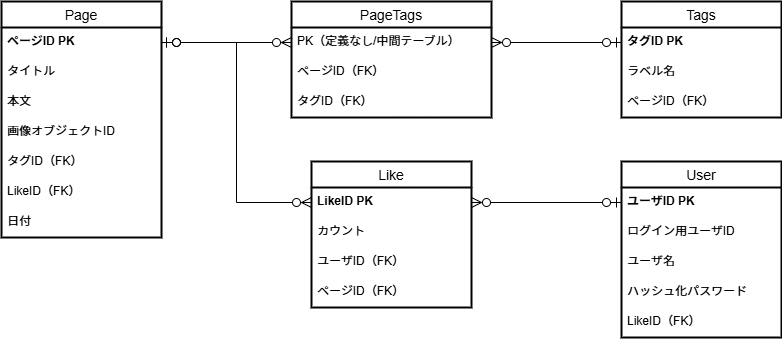
nekono-dev/cfblog-practice keeps this draw.io diagram as .github/images/dbdetail.drawio.png. Above is the earlier version. Source tidied: cells renumbered, new cells last; positions are measured from the earlier drawing's top-left corner, leaving out a move shared by most shapes.
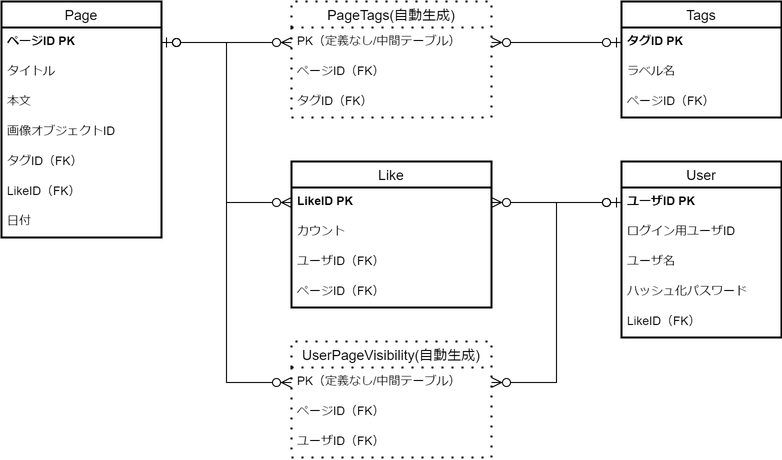
Later version of the same file.

Diff of the diagram source:
```diff
@@ -39,19 +39,19 @@
       <mxGeometry y="86" width="160" height="30" as="geometry" />
     </mxCell>
     <mxCell id="14" value="Like" style="swimlane;fontStyle=0;horizontal=1;startSize=26;align=center;fontSize=14;rounded=0;strokeWidth=2;" parent="1" vertex="1">
-      <mxGeometry x="310" y="160" width="160" height="146" as="geometry" />
+      <mxGeometry x="290" y="160" width="200" height="146" as="geometry" />
     </mxCell>
     <mxCell id="15" value="LikeID PK" style="text;strokeColor=none;fillColor=none;spacingLeft=4;spacingRight=4;overflow=hidden;points=[[0,0.5],[1,0.5]];portConstraint=eastwest;fontSize=12;rounded=0;strokeWidth=2;fontStyle=1;" parent="14" vertex="1">
-      <mxGeometry y="26" width="160" height="30" as="geometry" />
+      <mxGeometry y="26" width="200" height="30" as="geometry" />
     </mxCell>
     <mxCell id="16" value="カウント" style="text;strokeColor=none;fillColor=none;spacingLeft=4;spacingRight=4;overflow=hidden;fontSize=12;rounded=0;strokeWidth=2;" parent="14" vertex="1">
-      <mxGeometry y="56" width="160" height="30" as="geometry" />
+      <mxGeometry y="56" width="200" height="30" as="geometry" />
     </mxCell>
     <mxCell id="17" value="ユーザID（FK）" style="text;strokeColor=none;fillColor=none;spacingLeft=4;spacingRight=4;overflow=hidden;fontSize=12;rounded=0;strokeWidth=2;" parent="14" vertex="1">
-      <mxGeometry y="86" width="160" height="30" as="geometry" />
+      <mxGeometry y="86" width="200" height="30" as="geometry" />
     </mxCell>
     <mxCell id="18" value="ページID（FK）" style="text;strokeColor=none;fillColor=none;spacingLeft=4;spacingRight=4;overflow=hidden;fontSize=12;rounded=0;strokeWidth=2;" parent="14" vertex="1">
-      <mxGeometry y="116" width="160" height="30" as="geometry" />
+      <mxGeometry y="116" width="200" height="30" as="geometry" />
     </mxCell>
     <mxCell id="19" value="User" style="swimlane;fontStyle=0;horizontal=1;startSize=26;align=center;fontSize=14;rounded=0;strokeWidth=2;" parent="1" vertex="1">
       <mxGeometry x="620" y="160" width="160" height="176" as="geometry" />
@@ -71,7 +71,7 @@
     <mxCell id="24" value="LikeID（FK）" style="text;strokeColor=none;fillColor=none;spacingLeft=4;spacingRight=4;overflow=hidden;fontSize=12;rounded=0;strokeWidth=2;" parent="19" vertex="1">
       <mxGeometry y="146" width="160" height="30" as="geometry" />
     </mxCell>
-    <mxCell id="25" value="PageTags" style="swimlane;fontStyle=0;horizontal=1;startSize=26;align=center;fontSize=14;rounded=0;strokeWidth=2;" parent="1" vertex="1">
+    <mxCell id="25" value="PageTags(自動生成)" style="swimlane;fontStyle=0;horizontal=1;startSize=26;align=center;fontSize=14;rounded=0;strokeWidth=2;dashed=1;dashPattern=1 4;" parent="1" vertex="1">
       <mxGeometry x="290" width="200" height="116" as="geometry" />
     </mxCell>
     <mxCell id="26" value="PK（定義なし/中間テーブル）" style="text;strokeColor=none;fillColor=none;spacingLeft=4;spacingRight=4;overflow=hidden;points=[[0,0.5],[1,0.5]];portConstraint=eastwest;fontSize=12;rounded=0;strokeWidth=2;" parent="25" vertex="1">
@@ -95,5 +95,23 @@
     <mxCell id="32" style="edgeStyle=orthogonalEdgeStyle;rounded=0;jettySize=auto;html=1;fontFamily=Helvetica;fontSize=14;fontColor=default;endArrow=ERzeroToMany;endFill=0;endSize=8;startArrow=ERzeroToOne;startFill=0;startSize=8;exitX=1;exitY=0.5;exitDx=0;exitDy=0;" parent="1" edge="1" source="3" target="15">
       <mxGeometry relative="1" as="geometry" />
     </mxCell>
+    <mxCell id="33" style="edgeStyle=orthogonalEdgeStyle;rounded=0;jettySize=auto;html=1;fontFamily=Helvetica;fontSize=14;fontColor=default;endArrow=ERzeroToMany;endFill=0;endSize=8;startArrow=ERzeroToOne;startFill=0;startSize=8;exitX=1;exitY=0.5;exitDx=0;exitDy=0;" parent="1" edge="1" source="3" target="36">
+      <mxGeometry relative="1" as="geometry" />
+    </mxCell>
+    <mxCell id="34" style="edgeStyle=orthogonalEdgeStyle;rounded=0;jettySize=auto;html=1;fontFamily=Helvetica;fontSize=14;fontColor=default;endArrow=ERzeroToMany;endFill=0;endSize=8;startArrow=ERzeroToOne;startFill=0;startSize=8;exitX=0;exitY=0.5;exitDx=0;exitDy=0;" parent="1" edge="1" source="20" target="36">
+      <mxGeometry relative="1" as="geometry" />
+    </mxCell>
+    <mxCell id="35" value="UserPageVisibility(自動生成)" style="swimlane;fontStyle=0;horizontal=1;startSize=26;align=center;fontSize=14;rounded=0;strokeWidth=2;dashed=1;dashPattern=1 4;" parent="1" vertex="1">
+      <mxGeometry x="290" y="340" width="200" height="116" as="geometry" />
+    </mxCell>
+    <mxCell id="36" value="PK（定義なし/中間テーブル）" style="text;strokeColor=none;fillColor=none;spacingLeft=4;spacingRight=4;overflow=hidden;points=[[0,0.5],[1,0.5]];portConstraint=eastwest;fontSize=12;rounded=0;strokeWidth=2;" parent="35" vertex="1">
+      <mxGeometry y="26" width="200" height="30" as="geometry" />
+    </mxCell>
+    <mxCell id="37" value="ページID（FK）" style="text;strokeColor=none;fillColor=none;spacingLeft=4;spacingRight=4;overflow=hidden;fontSize=12;rounded=0;strokeWidth=2;" parent="35" vertex="1">
+      <mxGeometry y="56" width="200" height="30" as="geometry" />
+    </mxCell>
+    <mxCell id="38" value="ユーザID（FK）" style="text;strokeColor=none;fillColor=none;spacingLeft=4;spacingRight=4;overflow=hidden;fontSize=12;rounded=0;strokeWidth=2;fontStyle=0;" parent="35" vertex="1">
+      <mxGeometry y="86" width="200" height="30" as="geometry" />
+    </mxCell>
   </root>
 </mxGraphModel>
```
